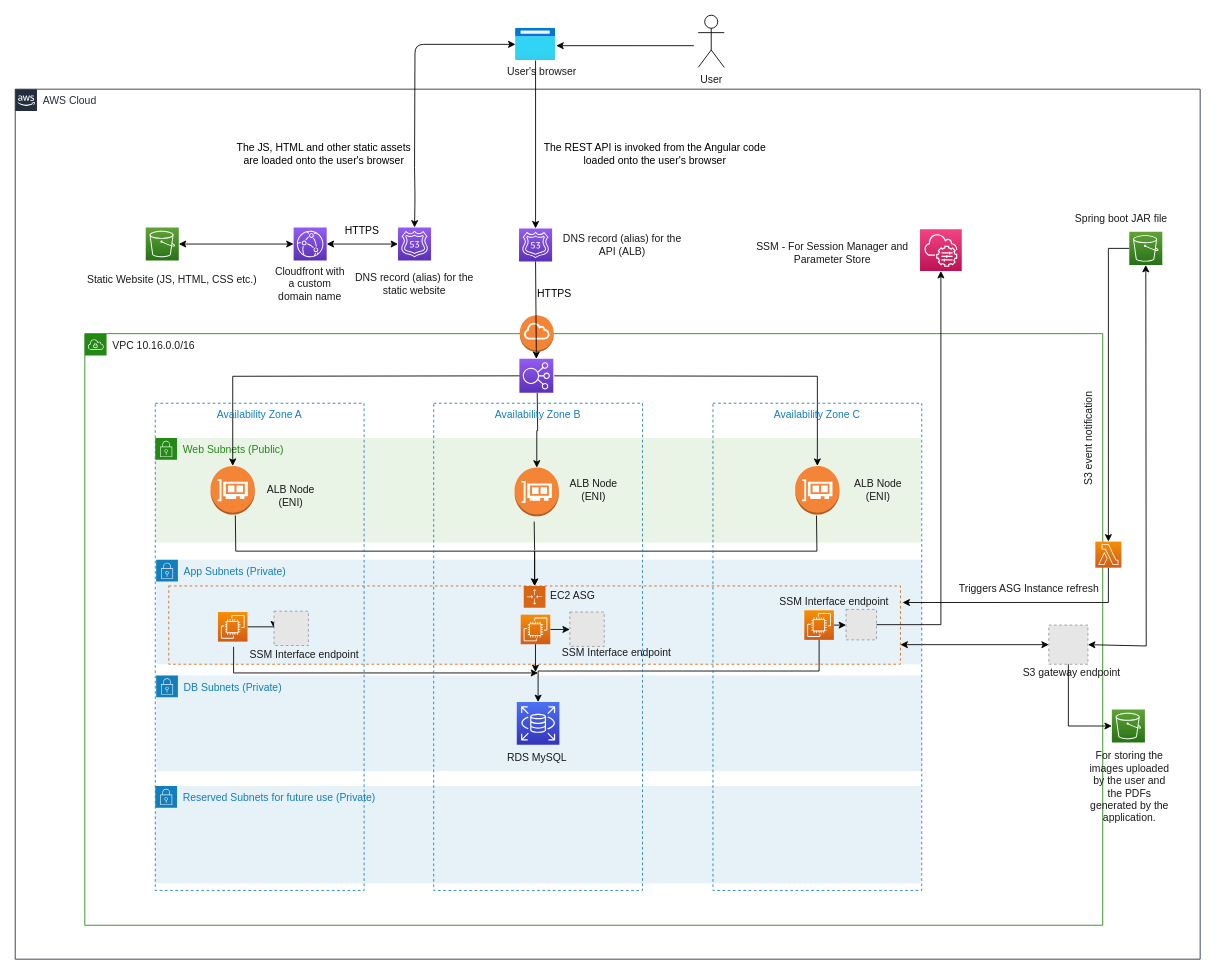
The draw.io diagram AWS Architecture Diagram.drawio in sameer-khanna/terraform-aws-imagetopdf, before the edit. Source tidied: cells renumbered, new cells numbered last; positions are measured from the earlier drawing's top-left corner, leaving out a move shared by most shapes. Both pictures are drawn from the tidied source at 87%, with x=0, y=0 at pixel (15, 15). Pictures stored in the file or linked from it are replaced by grey dashed boxes.
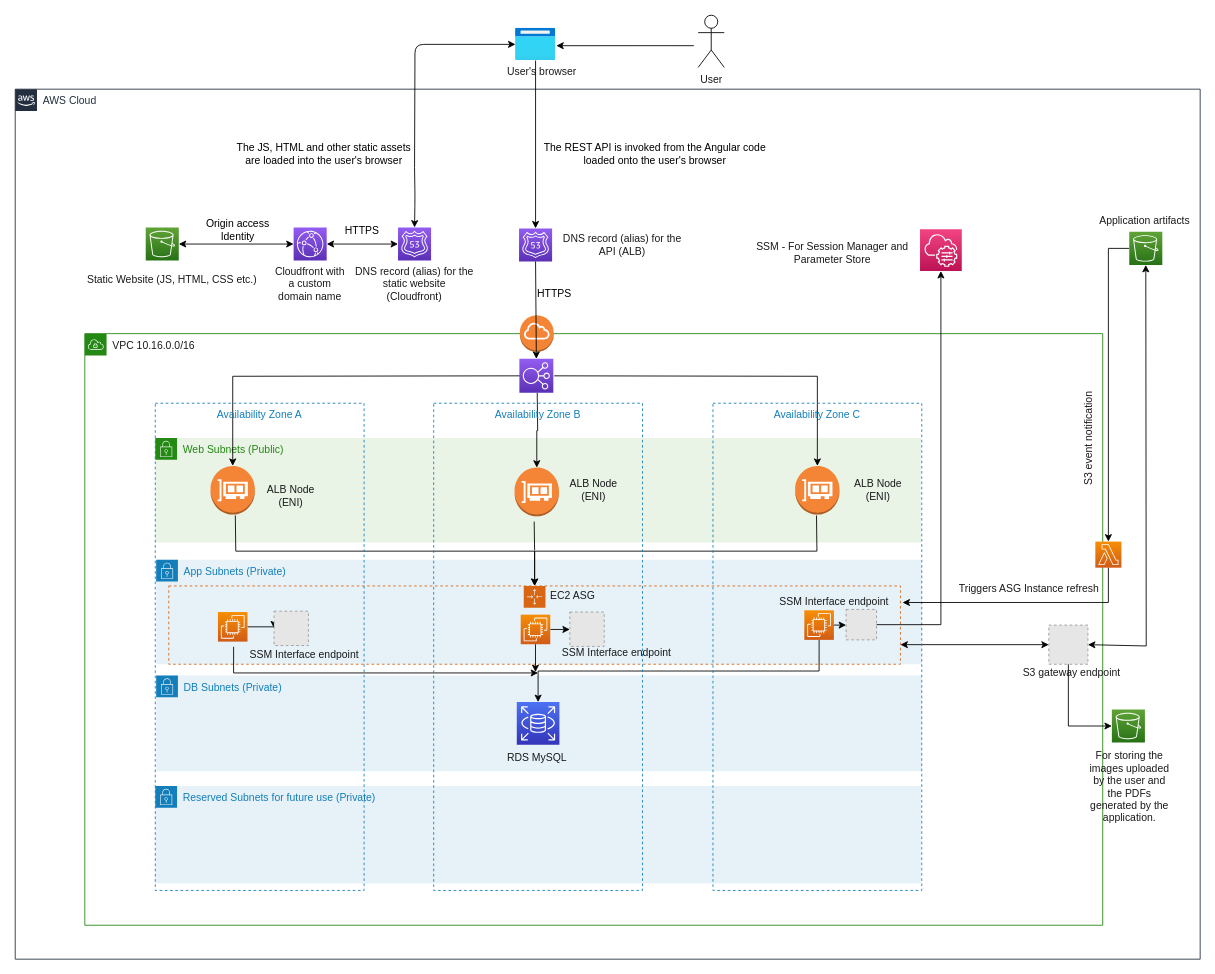
The same diagram, later.

Commit message (it also covers changes not shown here):
Updated the architecture diagram

Unchanged cells that the change refers to:
```xml
<mxCell id="2" value="AWS Cloud" style="gradientColor=none;html=1;whiteSpace=wrap;fontSize=12;fontStyle=0;shape=mxgraph.aws4.group;grIcon=mxgraph.aws4.group_aws_cloud_alt;strokeColor=#232F3E;fillColor=none;verticalAlign=top;align=left;spacingLeft=30;fontColor=#232F3E;dashed=0;labelBackgroundColor=#ffffff;" parent="1" vertex="1">
  <mxGeometry y="85" width="1362" height="1000" as="geometry" />
</mxCell>
```

The edit, as a diff of the source:
```diff
@@
-    <mxCell id="54" value="Spring boot JAR file" style="text;html=1;align=center;verticalAlign=middle;strokeColor=none;fillColor=none;fontColor=#1A1A1A;" parent="2" vertex="1">
-      <mxGeometry x="1210.5" y="139" width="120" height="20" as="geometry" />
+    <mxCell id="54" value="Application artifacts" style="text;html=1;align=center;verticalAlign=middle;strokeColor=none;fillColor=none;fontColor=#1A1A1A;" parent="2" vertex="1">
+      <mxGeometry x="1232.5" y="137" width="130" height="30" as="geometry" />
     </mxCell>
-    <mxCell id="55" value="DNS record (alias) for the static website" style="text;html=1;strokeColor=none;fillColor=none;align=center;verticalAlign=middle;whiteSpace=wrap;rounded=0;fontColor=#1A1A1A;" parent="2" vertex="1">
+    <mxCell id="55" value="DNS record (alias) for the static website (Cloudfront)" style="text;html=1;strokeColor=none;fillColor=none;align=center;verticalAlign=middle;whiteSpace=wrap;rounded=0;fontColor=#1A1A1A;" parent="2" vertex="1">
       <mxGeometry x="389" y="209" width="140" height="30" as="geometry" />
     </mxCell>
@@
-    <mxCell id="67" value="The JS, HTML and other static assets are loaded onto the user's browser" style="text;html=1;strokeColor=none;fillColor=none;align=center;verticalAlign=middle;whiteSpace=wrap;rounded=0;rotation=0;" parent="2" vertex="1">
+    <mxCell id="67" value="The JS, HTML and other static assets are loaded into the user's browser" style="text;html=1;strokeColor=none;fillColor=none;align=center;verticalAlign=middle;whiteSpace=wrap;rounded=0;rotation=0;" parent="2" vertex="1">
       <mxGeometry x="250" y="60" width="210" height="30" as="geometry" />
     </mxCell>
@@
+    <mxCell id="83" value="Origin access Identity" style="text;html=1;strokeColor=none;fillColor=none;align=center;verticalAlign=middle;whiteSpace=wrap;rounded=0;" parent="2" vertex="1">
+      <mxGeometry x="211" y="147" width="90" height="30" as="geometry" />
+    </mxCell>
```
